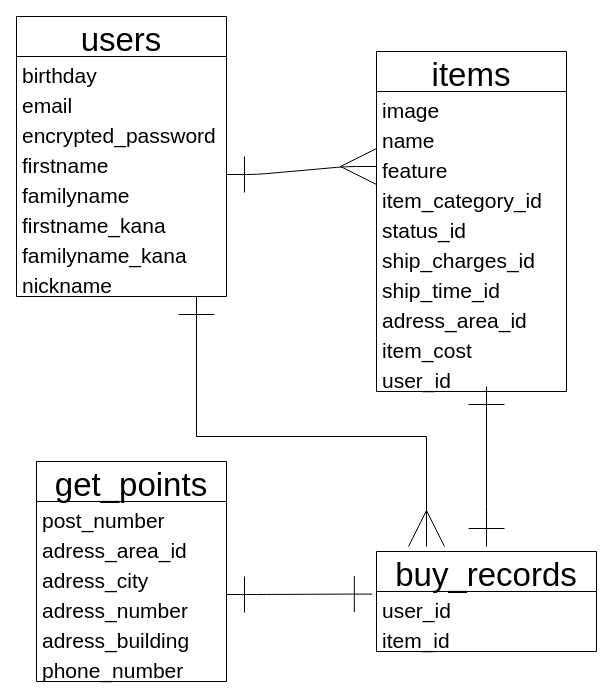
The draw.io diagram test.drawio in saatoshi/furima-34313, before the edit. Source tidied: cells renumbered, new cells numbered last; positions are measured from the earlier drawing's top-left corner, leaving out a move shared by most shapes. Both pictures are drawn from the tidied source at 100%, with x=0, y=0 at pixel (16, 16).
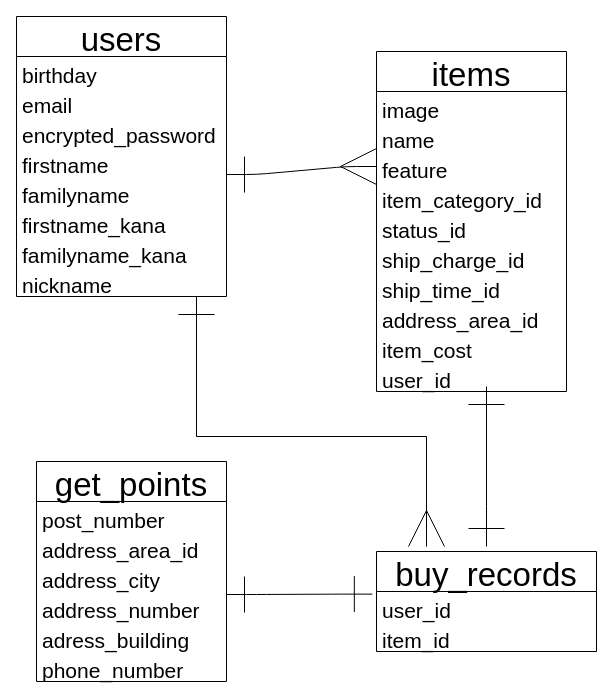
The same page after the edit.

Unchanged cells that the change refers to:
```xml
<mxCell id="11" value="items" style="swimlane;fontStyle=0;horizontal=1;startSize=40;align=center;fontSize=33;verticalAlign=bottom;" parent="1" vertex="1">
  <mxGeometry x="360" y="35" width="190" height="340" as="geometry" />
</mxCell>
<mxCell id="26" value="get_points" style="swimlane;fontStyle=0;horizontal=1;startSize=40;align=center;fontSize=33;verticalAlign=bottom;" parent="1" vertex="1">
  <mxGeometry x="20" y="445" width="190" height="220" as="geometry" />
</mxCell>
```

Change to the diagram source:
```diff
@@
-    <mxCell id="17" value="ship_charges_id" style="text;strokeColor=none;fillColor=none;spacingLeft=4;spacingRight=4;overflow=hidden;fontSize=21;" parent="11" vertex="1">
+    <mxCell id="17" value="ship_charge_id" style="text;strokeColor=none;fillColor=none;spacingLeft=4;spacingRight=4;overflow=hidden;fontSize=21;" parent="11" vertex="1">
       <mxGeometry y="190" width="190" height="30" as="geometry" />
     </mxCell>
@@
-    <mxCell id="19" value="adress_area_id" style="text;strokeColor=none;fillColor=none;spacingLeft=4;spacingRight=4;overflow=hidden;fontSize=21;" parent="11" vertex="1">
+    <mxCell id="19" value="address_area_id" style="text;strokeColor=none;fillColor=none;spacingLeft=4;spacingRight=4;overflow=hidden;fontSize=21;" parent="11" vertex="1">
       <mxGeometry y="250" width="190" height="30" as="geometry" />
     </mxCell>
@@
-    <mxCell id="28" value="adress_area_id" style="text;strokeColor=none;fillColor=none;spacingLeft=4;spacingRight=4;overflow=hidden;fontSize=21;" parent="26" vertex="1">
+    <mxCell id="28" value="address_area_id" style="text;strokeColor=none;fillColor=none;spacingLeft=4;spacingRight=4;overflow=hidden;fontSize=21;" parent="26" vertex="1">
       <mxGeometry y="70" width="190" height="30" as="geometry" />
     </mxCell>
-    <mxCell id="29" value="adress_city" style="text;strokeColor=none;fillColor=none;spacingLeft=4;spacingRight=4;overflow=hidden;fontSize=21;" parent="26" vertex="1">
+    <mxCell id="29" value="address_city" style="text;strokeColor=none;fillColor=none;spacingLeft=4;spacingRight=4;overflow=hidden;fontSize=21;" parent="26" vertex="1">
       <mxGeometry y="100" width="190" height="30" as="geometry" />
     </mxCell>
-    <mxCell id="30" value="adress_number" style="text;strokeColor=none;fillColor=none;spacingLeft=4;spacingRight=4;overflow=hidden;fontSize=21;" parent="26" vertex="1">
+    <mxCell id="30" value="address_number" style="text;strokeColor=none;fillColor=none;spacingLeft=4;spacingRight=4;overflow=hidden;fontSize=21;" parent="26" vertex="1">
       <mxGeometry y="130" width="190" height="30" as="geometry" />
     </mxCell>
```
